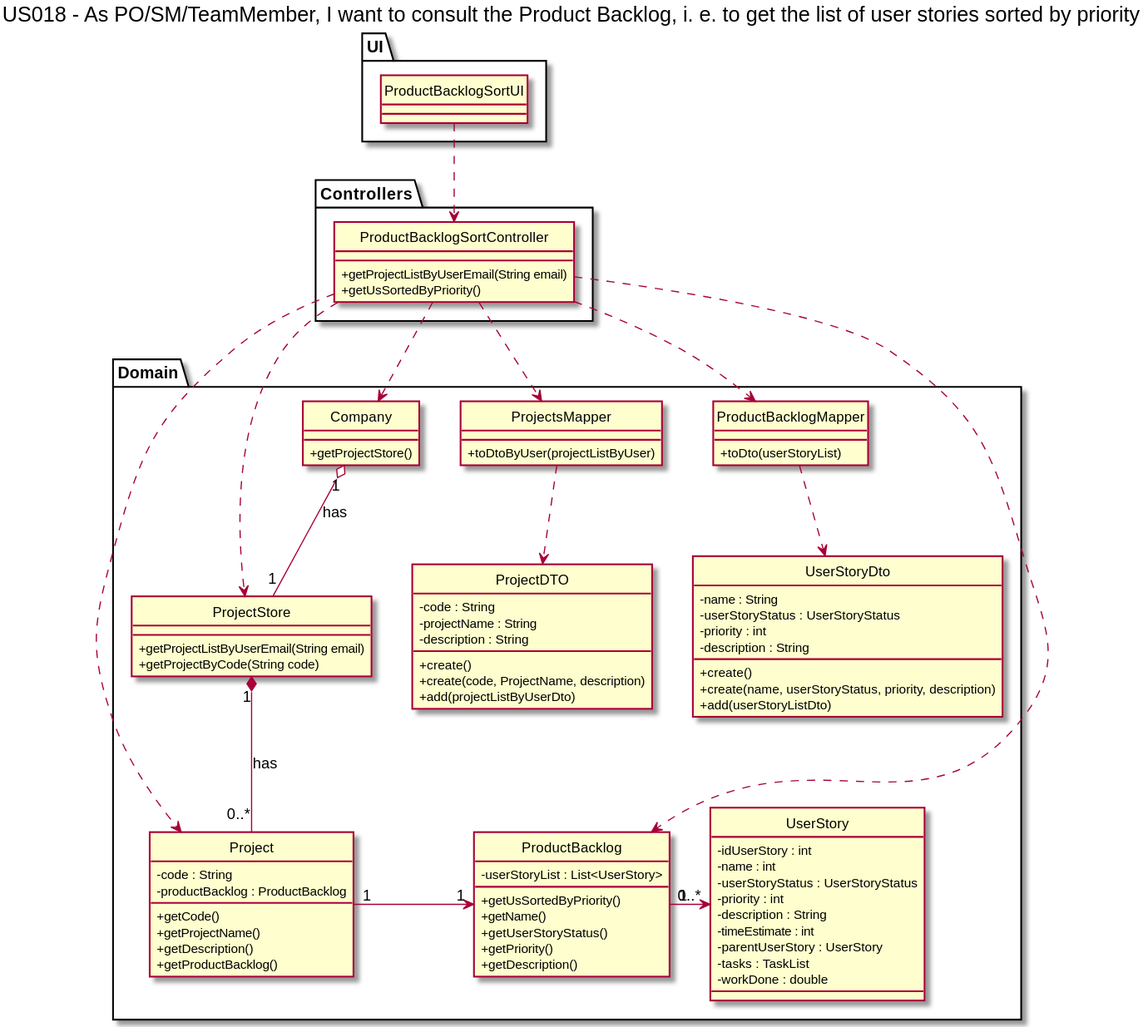
The PlantUML diagram docs/Sprint2/US018/US18-CD.svg in nunogon1211787/projectManagement, before a commit.
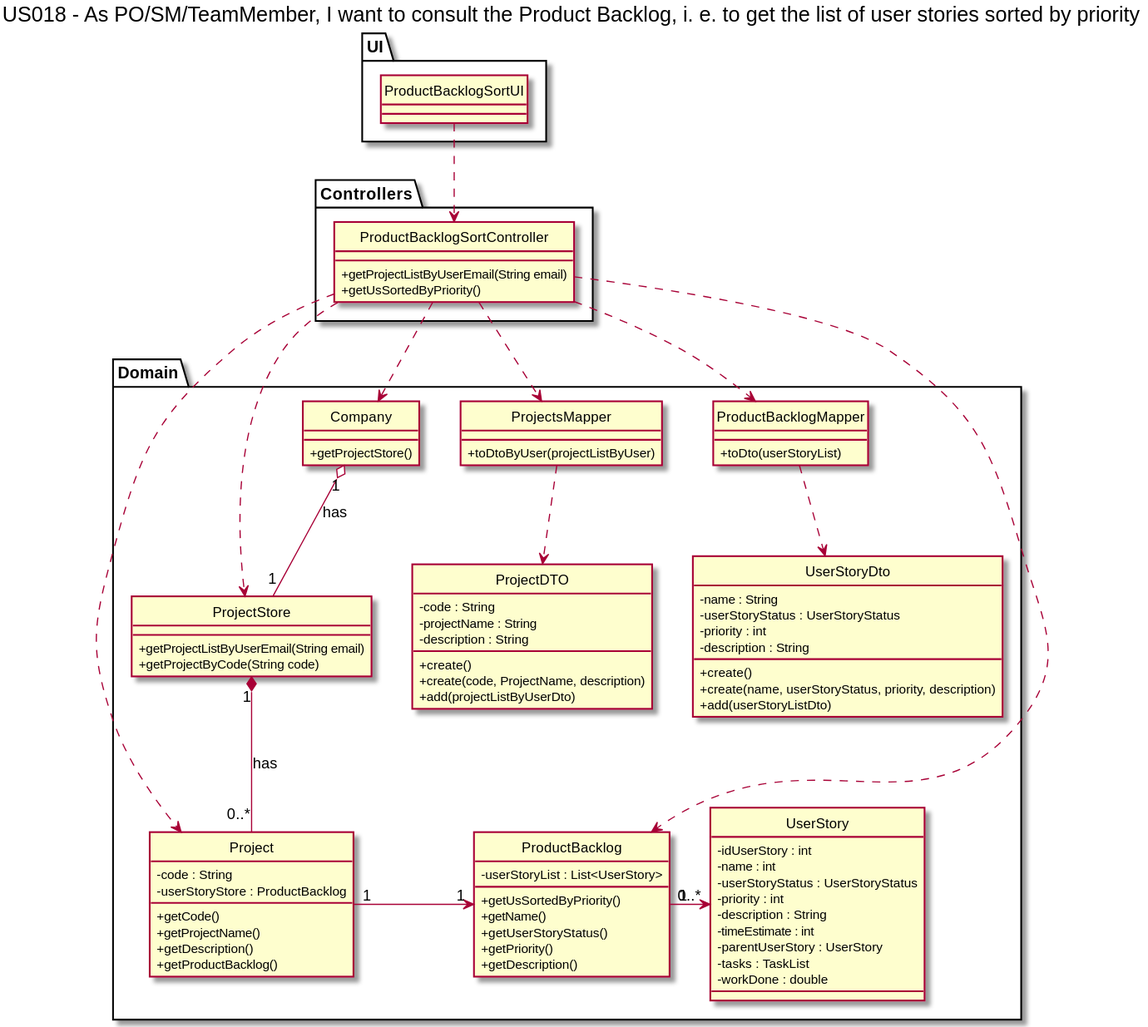
The same diagram one commit later.

Change to the diagram source:
```diff
@@ -28,7 +28,7 @@
 
 class Project {
 -code : String
--productBacklog : ProductBacklog
+-userStoryStore : ProductBacklog
 +getCode()
 +getProjectName()
 +getDescription()
```
